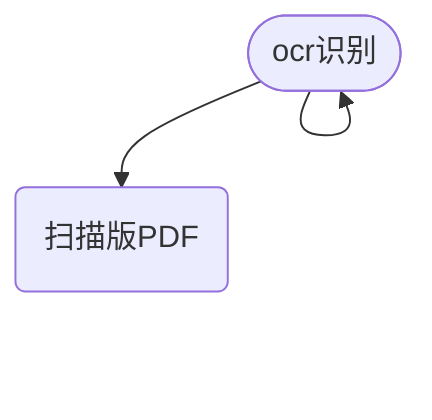
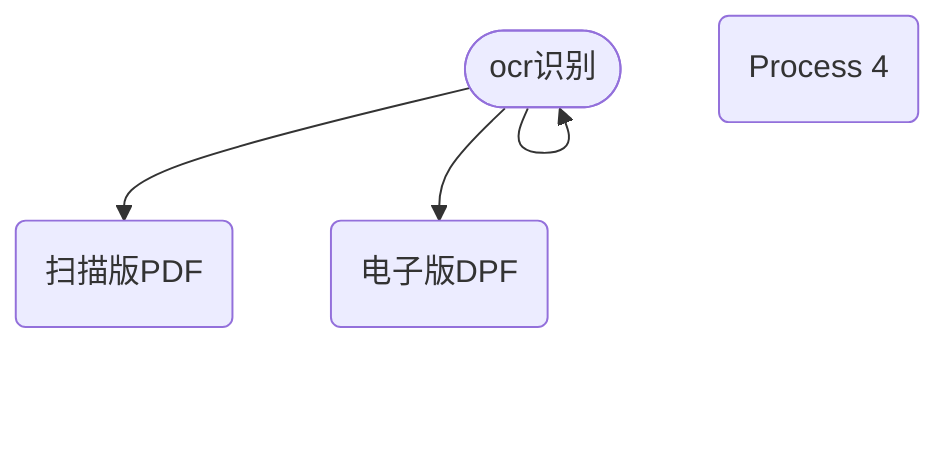
flowchart TD
  n_0(["ocr识别"])
  n_1("扫描版PDF")
+   n_2("电子版DPF")
+   n_3("Process 4")
  n_0 --> n_0
  n_0 --> n_1
+   n_0 --> n_2
